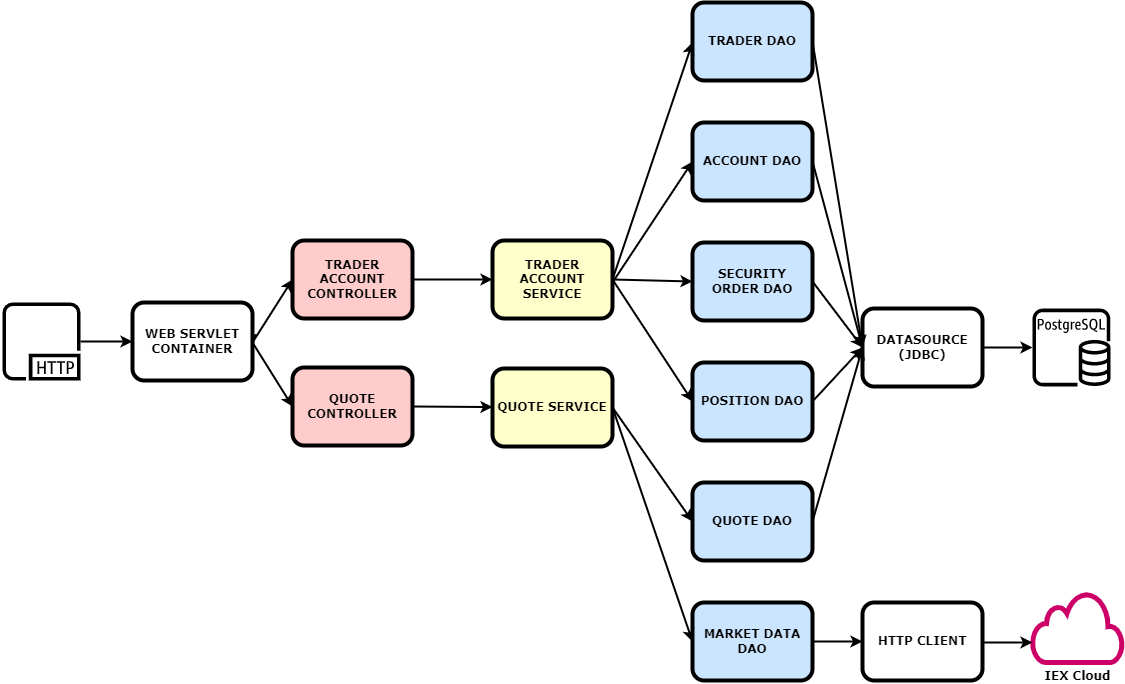
This is springboot/assets/componentDiagram3.png from jarviscanada/jarvis_data_eng_TristanTapson, a draw.io export, as it was before one commit. Source tidied: cells renumbered, new cells last; positions are measured from the earlier drawing's top-left corner, leaving out a move shared by most shapes.
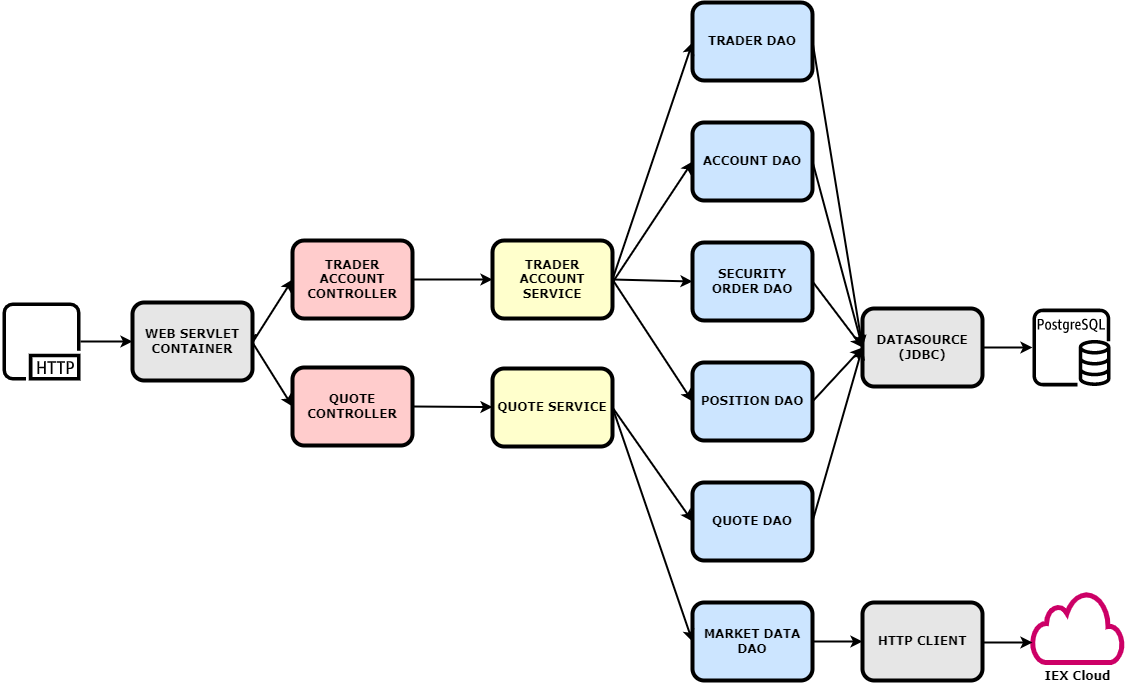
The same file after the commit.

The edit, as a diff of the source:
```diff
@@ -13,7 +13,7 @@
         <mxPoint x="250.3" y="340" as="targetPoint" />
       </mxGeometry>
     </mxCell>
-    <mxCell id="5" value="&lt;b&gt;WEB SERVLET&lt;br&gt;CONTAINER&lt;/b&gt;" style="rounded=1;whiteSpace=wrap;html=1;fontFamily=Verdana;fontSize=12;strokeWidth=4;strokeColor=#000000;" parent="1" vertex="1">
+    <mxCell id="5" value="&lt;b&gt;WEB SERVLET&lt;br&gt;CONTAINER&lt;/b&gt;" style="rounded=1;whiteSpace=wrap;html=1;fontFamily=Verdana;fontSize=12;strokeWidth=4;strokeColor=#000000;fillColor=#E6E6E6;" parent="1" vertex="1">
       <mxGeometry x="130" y="300" width="120" height="78" as="geometry" />
     </mxCell>
     <mxCell id="6" value="&lt;b&gt;TRADER ACCOUNT&lt;br&gt;CONTROLLER&lt;br&gt;&lt;/b&gt;" style="rounded=1;whiteSpace=wrap;html=1;fontFamily=Verdana;fontSize=12;strokeWidth=4;strokeColor=#000000;fillColor=#FFCCCC;" parent="1" vertex="1">
@@ -87,10 +87,10 @@
     <mxCell id="26" style="endArrow=classic;html=1;rounded=0;fontFamily=Verdana;fontSize=13;strokeColor=#000000;strokeWidth=2;entryX=0;entryY=0.5;entryDx=0;entryDy=0;exitX=1;exitY=0.5;exitDx=0;exitDy=0;" parent="1" edge="1" source="8" target="11">
       <mxGeometry relative="1" as="geometry" />
     </mxCell>
-    <mxCell id="27" value="&lt;b&gt;DATASOURCE (JDBC)&lt;br&gt;&lt;/b&gt;" style="rounded=1;whiteSpace=wrap;html=1;fontFamily=Verdana;fontSize=12;strokeWidth=4;strokeColor=#000000;" parent="1" vertex="1">
+    <mxCell id="27" value="&lt;b&gt;DATASOURCE (JDBC)&lt;br&gt;&lt;/b&gt;" style="rounded=1;whiteSpace=wrap;html=1;fontFamily=Verdana;fontSize=12;strokeWidth=4;strokeColor=#000000;fillColor=#E6E6E6;" parent="1" vertex="1">
       <mxGeometry x="860" y="306" width="120" height="78" as="geometry" />
     </mxCell>
-    <mxCell id="28" value="&lt;b&gt;HTTP CLIENT&lt;br&gt;&lt;/b&gt;" style="rounded=1;whiteSpace=wrap;html=1;fontFamily=Verdana;fontSize=12;strokeWidth=4;strokeColor=#000000;" parent="1" vertex="1">
+    <mxCell id="28" value="&lt;b&gt;HTTP CLIENT&lt;br&gt;&lt;/b&gt;" style="rounded=1;whiteSpace=wrap;html=1;fontFamily=Verdana;fontSize=12;strokeWidth=4;strokeColor=#000000;fillColor=#E6E6E6;" parent="1" vertex="1">
       <mxGeometry x="860" y="600" width="120" height="78" as="geometry" />
     </mxCell>
     <mxCell id="29" style="endArrow=classic;html=1;rounded=0;fontFamily=Verdana;fontSize=13;strokeColor=#000000;strokeWidth=2;entryX=0;entryY=0.5;entryDx=0;entryDy=0;exitX=1;exitY=0.5;exitDx=0;exitDy=0;" parent="1" edge="1" source="12" target="27">
```
